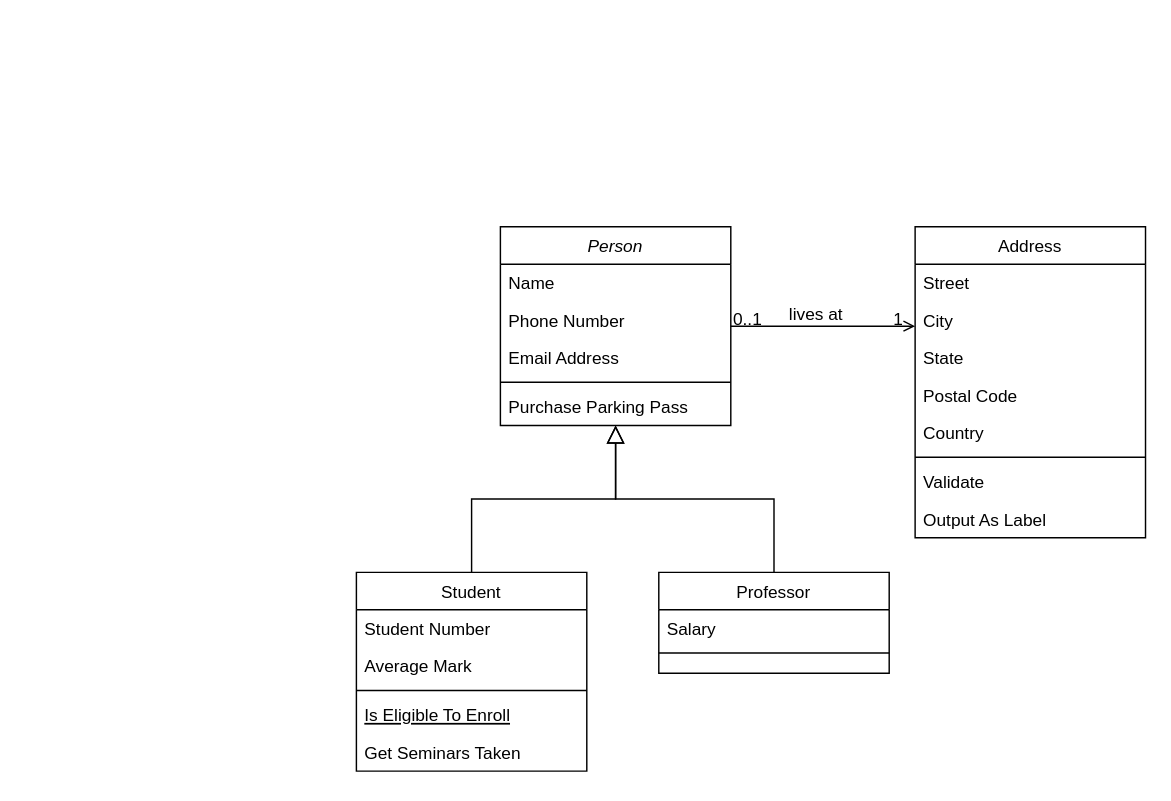
Before: Untitled Diagram3.drawio in Miraculous-Sky/mini_project, a draw.io diagram. Source tidied: cells renumbered, new cells numbered last; positions are measured from the earlier drawing's top-left corner, leaving out a move shared by most shapes. Both pictures are drawn from the tidied source at 144%, with x=0, y=0 at pixel (356, 226).
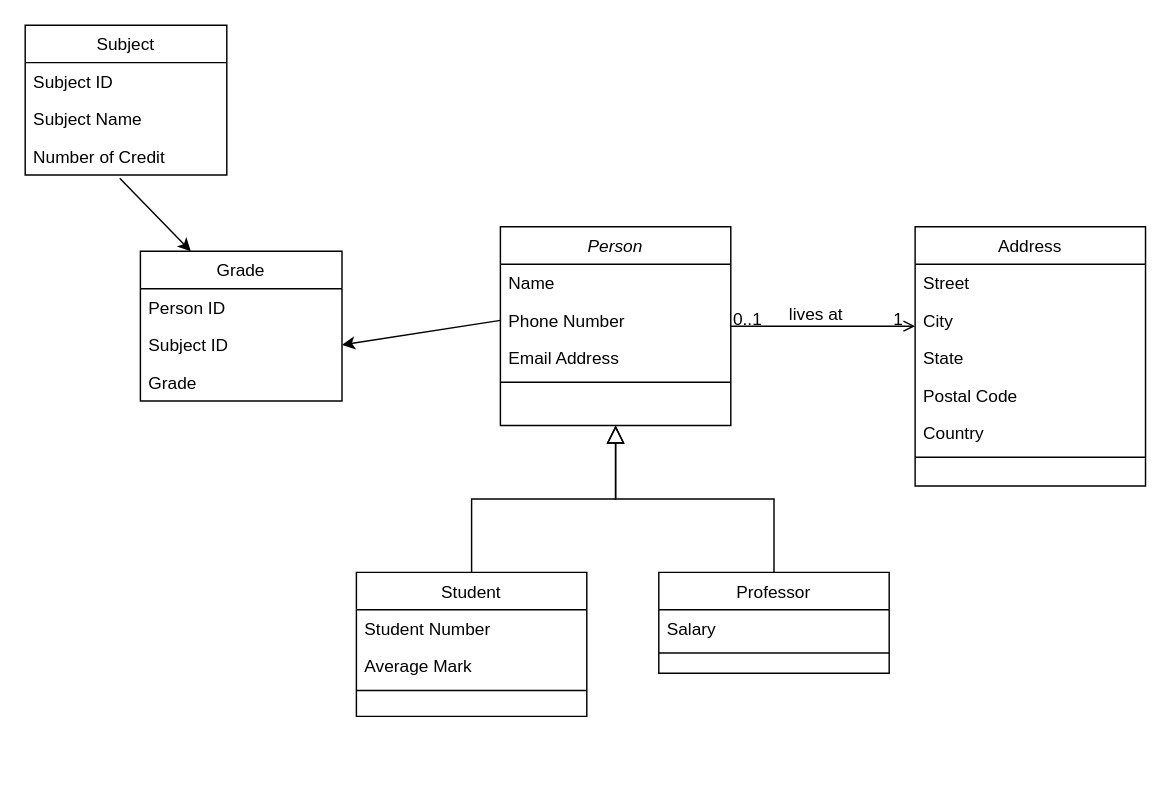
Above is the later version.

The change refers to these unchanged cells:
```xml
<mxCell id="2" value="Person" style="swimlane;fontStyle=2;align=center;verticalAlign=top;horizontal=1;startSize=26;rounded=0;shadow=0;strokeWidth=1;" parent="1" vertex="1">
  <mxGeometry x="100" width="160" height="138" as="geometry" />
</mxCell>
<mxCell id="4" value="Phone Number" style="text;align=left;verticalAlign=top;spacingLeft=4;spacingRight=4;overflow=hidden;points=[[0,0.5],[1,0.5]];portConstraint=eastwest;rounded=0;shadow=0;html=0;" parent="2" vertex="1">
  <mxGeometry y="52" width="160" height="26" as="geometry" />
</mxCell>
```

Change to the diagram source:
```diff
@@
-    <mxCell id="7" value="Purchase Parking Pass" style="text;align=left;verticalAlign=top;spacingLeft=4;spacingRight=4;overflow=hidden;" parent="2" vertex="1">
-      <mxGeometry y="112" width="160" height="26" as="geometry" />
-    </mxCell>
     <mxCell id="8" value="Student" style="swimlane;fontStyle=0;align=center;verticalAlign=top;horizontal=1;startSize=26;rounded=0;shadow=0;strokeWidth=1;" parent="1" vertex="1">
-      <mxGeometry y="240" width="160" height="138" as="geometry" />
+      <mxGeometry y="240" width="160" height="100" as="geometry" />
     </mxCell>
@@
-    <mxCell id="12" value="Is Eligible To Enroll" style="text;align=left;verticalAlign=top;spacingLeft=4;spacingRight=4;overflow=hidden;fontStyle=4;" parent="8" vertex="1">
-      <mxGeometry y="86" width="160" height="26" as="geometry" />
-    </mxCell>
-    <mxCell id="13" value="Get Seminars Taken" style="text;align=left;verticalAlign=top;spacingLeft=4;spacingRight=4;overflow=hidden;" parent="8" vertex="1">
-      <mxGeometry y="112" width="160" height="26" as="geometry" />
-    </mxCell>
@@
     <mxCell id="19" value="Address" style="swimlane;fontStyle=0;align=center;verticalAlign=top;horizontal=1;startSize=26;rounded=0;shadow=0;strokeWidth=1;" parent="1" vertex="1">
-      <mxGeometry x="388" width="160" height="216" as="geometry" />
+      <mxGeometry x="388" width="160" height="180" as="geometry" />
     </mxCell>
@@
-    <mxCell id="26" value="Validate" style="text;align=left;verticalAlign=top;spacingLeft=4;spacingRight=4;overflow=hidden;" parent="19" vertex="1">
-      <mxGeometry y="164" width="160" height="26" as="geometry" />
-    </mxCell>
-    <mxCell id="27" value="Output As Label" style="text;align=left;verticalAlign=top;spacingLeft=4;spacingRight=4;overflow=hidden;" parent="19" vertex="1">
-      <mxGeometry y="190" width="160" height="26" as="geometry" />
-    </mxCell>
@@
+    <mxCell id="32" value="Subject" style="swimlane;fontStyle=0;horizontal=1;startSize=26;fillColor=none;" parent="1" vertex="1">
+      <mxGeometry x="-230" y="-140" width="140" height="104" as="geometry" />
+    </mxCell>
+    <mxCell id="33" value="Subject ID" style="text;strokeColor=none;fillColor=none;align=left;verticalAlign=top;spacingLeft=4;spacingRight=4;overflow=hidden;" parent="32" vertex="1">
+      <mxGeometry y="26" width="140" height="26" as="geometry" />
+    </mxCell>
+    <mxCell id="34" value="Subject Name" style="text;strokeColor=none;fillColor=none;align=left;verticalAlign=top;spacingLeft=4;spacingRight=4;overflow=hidden;" parent="32" vertex="1">
+      <mxGeometry y="52" width="140" height="26" as="geometry" />
+    </mxCell>
+    <mxCell id="35" value="Number of Credit" style="text;strokeColor=none;fillColor=none;align=left;verticalAlign=top;spacingLeft=4;spacingRight=4;overflow=hidden;points=[[0,0.5],[1,0.5]];portConstraint=eastwest;" parent="32" vertex="1">
+      <mxGeometry y="78" width="140" height="26" as="geometry" />
+    </mxCell>
+    <mxCell id="36" value="Grade" style="swimlane;fontStyle=0;horizontal=1;startSize=26;fillColor=none;" parent="1" vertex="1">
+      <mxGeometry x="-150" y="17" width="140" height="104" as="geometry" />
+    </mxCell>
+    <mxCell id="37" value="Person ID" style="text;strokeColor=none;fillColor=none;align=left;verticalAlign=top;spacingLeft=4;spacingRight=4;overflow=hidden;" parent="36" vertex="1">
+      <mxGeometry y="26" width="140" height="26" as="geometry" />
+    </mxCell>
+    <mxCell id="38" value="Subject ID" style="text;strokeColor=none;fillColor=none;align=left;verticalAlign=top;spacingLeft=4;spacingRight=4;overflow=hidden;points=[[0,0.5],[1,0.5]];portConstraint=eastwest;" parent="36" vertex="1">
+      <mxGeometry y="52" width="140" height="26" as="geometry" />
+    </mxCell>
+    <mxCell id="39" value="Grade" style="text;strokeColor=none;fillColor=none;align=left;verticalAlign=top;spacingLeft=4;spacingRight=4;overflow=hidden;" parent="36" vertex="1">
+      <mxGeometry y="78" width="140" height="26" as="geometry" />
+    </mxCell>
+    <mxCell id="40" style="endArrow=classic;html=1;rounded=0;exitX=0.469;exitY=1.085;exitDx=0;exitDy=0;exitPerimeter=0;entryX=0.25;entryY=0;entryDx=0;entryDy=0;" parent="1" edge="1" source="35" target="36">
+      <mxGeometry relative="1" as="geometry" />
+    </mxCell>
+    <mxCell id="41" style="endArrow=classic;html=1;rounded=0;exitX=0;exitY=0.5;exitDx=0;exitDy=0;entryX=1;entryY=0.5;entryDx=0;entryDy=0;" parent="1" edge="1" source="4" target="38">
+      <mxGeometry relative="1" as="geometry" />
+    </mxCell>
```
